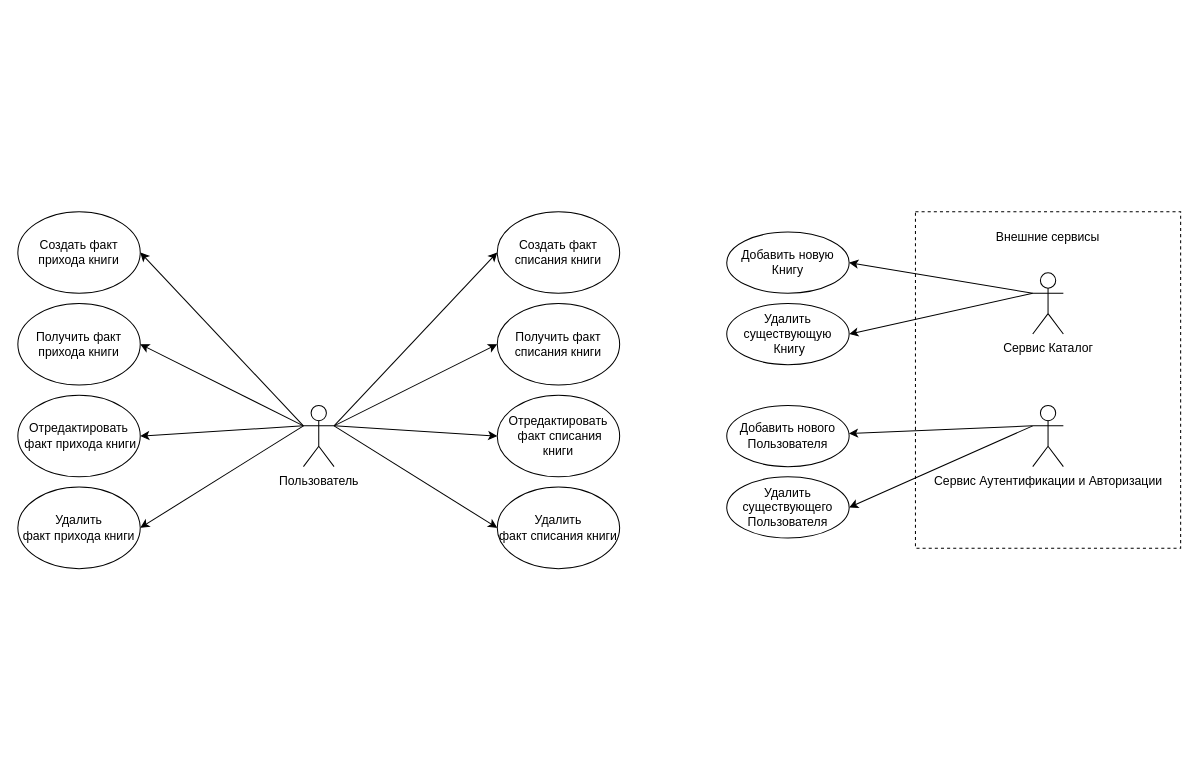
The draw.io diagram Docs/Use cases сервиса ReceiptWriteOff.drawio in SakhalinNovosibirskTomsk/ReceiptWriteOff, before the edit. Source tidied: cells renumbered, new cells numbered last; positions are measured from the earlier drawing's top-left corner, leaving out a move shared by most shapes. Both pictures are drawn from the tidied source at 102%, with x=0, y=0 at pixel (17, 211).
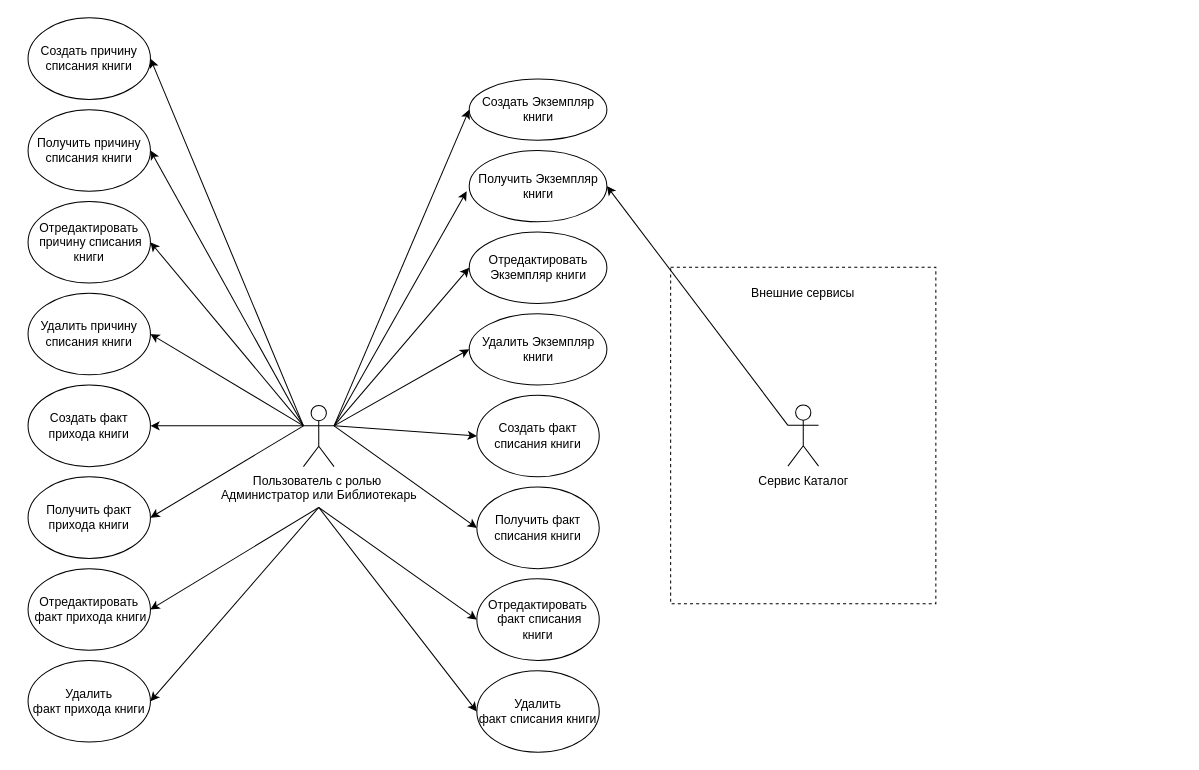
Above is the later version.

The edit, as a diff of the source:
```diff
@@
-    <mxCell id="4" style="rounded=0;jettySize=auto;html=1;exitX=1;exitY=0.3333333333333333;exitDx=0;exitDy=0;exitPerimeter=0;entryX=0;entryY=0.5;entryDx=0;entryDy=0;" parent="1" edge="1" source="10" target="12">
-      <mxGeometry relative="1" as="geometry" />
+    <mxCell id="4" style="rounded=0;jettySize=auto;html=1;entryX=0;entryY=0.5;entryDx=0;entryDy=0;" parent="1" edge="1" target="12">
+      <mxGeometry relative="1" as="geometry">
+        <mxPoint x="295" y="290" as="sourcePoint" />
+      </mxGeometry>
     </mxCell>
-    <mxCell id="5" style="rounded=0;jettySize=auto;html=1;exitX=1;exitY=0.3333333333333333;exitDx=0;exitDy=0;exitPerimeter=0;entryX=0;entryY=0.5;entryDx=0;entryDy=0;" parent="1" edge="1" source="10" target="14">
-      <mxGeometry relative="1" as="geometry" />
+    <mxCell id="5" style="rounded=0;jettySize=auto;html=1;entryX=0;entryY=0.5;entryDx=0;entryDy=0;strokeColor=#000000;" parent="1" edge="1" target="14">
+      <mxGeometry relative="1" as="geometry">
+        <mxPoint x="295" y="290" as="sourcePoint" />
+      </mxGeometry>
     </mxCell>
@@
-    <mxCell id="8" style="rounded=0;jettySize=auto;html=1;exitX=0;exitY=0.3333333333333333;exitDx=0;exitDy=0;exitPerimeter=0;entryX=1;entryY=0.5;entryDx=0;entryDy=0;" parent="1" edge="1" source="10" target="16">
-      <mxGeometry relative="1" as="geometry" />
+    <mxCell id="8" style="rounded=0;jettySize=auto;html=1;entryX=1;entryY=0.5;entryDx=0;entryDy=0;" parent="1" edge="1" target="16">
+      <mxGeometry relative="1" as="geometry">
+        <mxPoint x="295" y="290" as="sourcePoint" />
+      </mxGeometry>
     </mxCell>
-    <mxCell id="9" style="rounded=0;jettySize=auto;html=1;exitX=0;exitY=0.3333333333333333;exitDx=0;exitDy=0;exitPerimeter=0;entryX=1;entryY=0.5;entryDx=0;entryDy=0;" parent="1" edge="1" source="10" target="18">
-      <mxGeometry relative="1" as="geometry" />
+    <mxCell id="9" style="rounded=0;jettySize=auto;html=1;entryX=1;entryY=0.5;entryDx=0;entryDy=0;" parent="1" edge="1" target="18">
+      <mxGeometry relative="1" as="geometry">
+        <mxPoint x="295" y="290" as="sourcePoint" />
+      </mxGeometry>
     </mxCell>
-    <mxCell id="10" value="Пользователь" style="shape=umlActor;verticalLabelPosition=bottom;verticalAlign=top;html=1;outlineConnect=0;" parent="1" vertex="1">
+    <mxCell id="10" value="Пользователь с ролью&amp;nbsp;&lt;div&gt;Администратор или Библиотекарь&lt;/div&gt;" style="shape=umlActor;verticalLabelPosition=bottom;verticalAlign=top;html=1;outlineConnect=0;" parent="1" vertex="1">
       <mxGeometry x="280" y="190" width="30" height="60" as="geometry" />
     </mxCell>
     <mxCell id="11" value="Создать факт списания&lt;span style=&quot;background-color: transparent; color: light-dark(rgb(0, 0, 0), rgb(255, 255, 255));&quot;&gt;&amp;nbsp;книги&lt;/span&gt;" style="ellipse;whiteSpace=wrap;html=1;" parent="1" vertex="1">
-      <mxGeometry x="470" width="120" height="80" as="geometry" />
+      <mxGeometry x="450" y="180" width="120" height="80" as="geometry" />
     </mxCell>
     <mxCell id="12" value="Отредактировать&lt;br&gt;&lt;div&gt;&amp;nbsp;факт списания книги&lt;/div&gt;" style="ellipse;whiteSpace=wrap;html=1;" parent="1" vertex="1">
-      <mxGeometry x="470" y="180" width="120" height="80" as="geometry" />
+      <mxGeometry x="450" y="360" width="120" height="80" as="geometry" />
     </mxCell>
     <mxCell id="13" value="Получить&lt;span style=&quot;background-color: transparent; color: light-dark(rgb(0, 0, 0), rgb(255, 255, 255));&quot;&gt;&amp;nbsp;факт списания книги&lt;/span&gt;" style="ellipse;whiteSpace=wrap;html=1;" parent="1" vertex="1">
-      <mxGeometry x="470" y="90" width="120" height="80" as="geometry" />
+      <mxGeometry x="450" y="270" width="120" height="80" as="geometry" />
     </mxCell>
     <mxCell id="14" value="Удалить факт&lt;span style=&quot;background-color: transparent; color: light-dark(rgb(0, 0, 0), rgb(255, 255, 255));&quot;&gt;&amp;nbsp;списания книги&lt;/span&gt;" style="ellipse;whiteSpace=wrap;html=1;" parent="1" vertex="1">
-      <mxGeometry x="470" y="270" width="120" height="80" as="geometry" />
+      <mxGeometry x="450" y="450" width="120" height="80" as="geometry" />
     </mxCell>
     <mxCell id="15" value="Создать факт прихода книги" style="ellipse;whiteSpace=wrap;html=1;" parent="1" vertex="1">
-      <mxGeometry width="120" height="80" as="geometry" />
+      <mxGeometry x="10" y="170" width="120" height="80" as="geometry" />
     </mxCell>
     <mxCell id="16" value="Отредактировать&lt;br&gt;&lt;div&gt;&amp;nbsp;факт прихода книги&lt;/div&gt;" style="ellipse;whiteSpace=wrap;html=1;" parent="1" vertex="1">
-      <mxGeometry y="180" width="120" height="80" as="geometry" />
+      <mxGeometry x="10" y="350" width="120" height="80" as="geometry" />
     </mxCell>
     <mxCell id="17" value="Получить&lt;span style=&quot;background-color: transparent; color: light-dark(rgb(0, 0, 0), rgb(255, 255, 255));&quot;&gt;&amp;nbsp;факт прихода книги&lt;/span&gt;" style="ellipse;whiteSpace=wrap;html=1;" parent="1" vertex="1">
-      <mxGeometry y="90" width="120" height="80" as="geometry" />
+      <mxGeometry x="10" y="260" width="120" height="80" as="geometry" />
     </mxCell>
     <mxCell id="18" value="Удалить факт&lt;span style=&quot;background-color: transparent; color: light-dark(rgb(0, 0, 0), rgb(255, 255, 255));&quot;&gt;&amp;nbsp;прихода книги&lt;/span&gt;" style="ellipse;whiteSpace=wrap;html=1;" parent="1" vertex="1">
-      <mxGeometry y="270" width="120" height="80" as="geometry" />
+      <mxGeometry x="10" y="440" width="120" height="80" as="geometry" />
     </mxCell>
     <mxCell id="19" style="whiteSpace=wrap;html=1;dashed=1;" parent="1" vertex="1">
-      <mxGeometry x="880" width="260" height="330" as="geometry" />
+      <mxGeometry x="640" y="54.5" width="260" height="330" as="geometry" />
     </mxCell>
     <mxCell id="20" value="Внешние сервисы" style="text;html=1;align=center;verticalAlign=middle;whiteSpace=wrap;rounded=0;" parent="1" vertex="1">
-      <mxGeometry x="925" y="10" width="170" height="30" as="geometry" />
+      <mxGeometry x="685" y="64.5" width="170" height="30" as="geometry" />
     </mxCell>
@@
-    <mxCell id="22" style="rounded=0;jettySize=auto;html=1;exitX=0;exitY=0.3333333333333333;exitDx=0;exitDy=0;exitPerimeter=0;entryX=1;entryY=0.5;entryDx=0;entryDy=0;" parent="1" edge="1" source="23" target="25">
-      <mxGeometry relative="1" as="geometry" />
-    </mxCell>
     <mxCell id="23" value="Сервис Каталог" style="shape=umlActor;verticalLabelPosition=bottom;verticalAlign=top;html=1;outlineConnect=0;" parent="1" vertex="1">
-      <mxGeometry x="995" y="60" width="30" height="60" as="geometry" />
+      <mxGeometry x="755" y="189.5" width="30" height="60" as="geometry" />
     </mxCell>
-    <mxCell id="24" value="Добавить новую Книгу" style="ellipse;whiteSpace=wrap;html=1;" parent="1" vertex="1">
-      <mxGeometry x="695" y="20" width="120" height="60" as="geometry" />
+    <mxCell id="24" value="Получить Экземпляр книги" style="ellipse;whiteSpace=wrap;html=1;" parent="1" vertex="1">
+      <mxGeometry x="442.5" y="-60" width="135" height="70" as="geometry" />
     </mxCell>
-    <mxCell id="25" value="Удалить существующую&lt;div&gt;&amp;nbsp;Книгу&lt;/div&gt;" style="ellipse;whiteSpace=wrap;html=1;" parent="1" vertex="1">
-      <mxGeometry x="695" y="90" width="120" height="60" as="geometry" />
-    </mxCell>
-    <mxCell id="26" style="rounded=0;jettySize=auto;html=1;exitX=0;exitY=0.3333333333333333;exitDx=0;exitDy=0;exitPerimeter=0;" parent="1" edge="1" source="28" target="29">
-      <mxGeometry relative="1" as="geometry" />
-    </mxCell>
-    <mxCell id="27" style="rounded=0;jettySize=auto;html=1;exitX=0;exitY=0.3333333333333333;exitDx=0;exitDy=0;exitPerimeter=0;entryX=1;entryY=0.5;entryDx=0;entryDy=0;" parent="1" edge="1" source="28" target="30">
-      <mxGeometry relative="1" as="geometry" />
-    </mxCell>
-    <mxCell id="28" value="Сервис Аутентификации и Авторизации" style="shape=umlActor;verticalLabelPosition=bottom;verticalAlign=top;html=1;outlineConnect=0;" parent="1" vertex="1">
-      <mxGeometry x="995" y="190" width="30" height="60" as="geometry" />
-    </mxCell>
-    <mxCell id="29" value="Добавить нового Пользователя" style="ellipse;whiteSpace=wrap;html=1;" parent="1" vertex="1">
-      <mxGeometry x="695" y="190" width="120" height="60" as="geometry" />
-    </mxCell>
-    <mxCell id="30" value="Удалить существующего Пользователя" style="ellipse;whiteSpace=wrap;html=1;" parent="1" vertex="1">
-      <mxGeometry x="695" y="260" width="120" height="60" as="geometry" />
-    </mxCell>
@@
+    <mxCell id="32" value="Создать Экземпляр книги" style="ellipse;whiteSpace=wrap;html=1;" parent="1" vertex="1">
+      <mxGeometry x="442.5" y="-130" width="135" height="60" as="geometry" />
+    </mxCell>
+    <mxCell id="33" value="Отредактировать Экземпляр книги" style="ellipse;whiteSpace=wrap;html=1;" parent="1" vertex="1">
+      <mxGeometry x="442.5" y="20" width="135" height="70" as="geometry" />
+    </mxCell>
+    <mxCell id="34" value="Удалить Экземпляр книги" style="ellipse;whiteSpace=wrap;html=1;" parent="1" vertex="1">
+      <mxGeometry x="442.5" y="100" width="135" height="70" as="geometry" />
+    </mxCell>
+    <mxCell id="35" style="endArrow=classic;html=1;rounded=0;entryX=0;entryY=0.5;entryDx=0;entryDy=0;" parent="1" edge="1" target="34">
+      <mxGeometry relative="1" as="geometry">
+        <mxPoint x="310" y="210" as="sourcePoint" />
+      </mxGeometry>
+    </mxCell>
+    <mxCell id="36" style="endArrow=classic;html=1;rounded=0;" parent="1" edge="1">
+      <mxGeometry relative="1" as="geometry">
+        <mxPoint x="310" y="210" as="sourcePoint" />
+        <mxPoint x="440" y="-20" as="targetPoint" />
+      </mxGeometry>
+    </mxCell>
+    <mxCell id="37" style="endArrow=classic;html=1;rounded=0;exitX=1;exitY=0.3333333333333333;exitDx=0;exitDy=0;exitPerimeter=0;" parent="1" edge="1" source="10">
+      <mxGeometry relative="1" as="geometry">
+        <mxPoint x="442.5" y="-100" as="targetPoint" />
+      </mxGeometry>
+    </mxCell>
+    <mxCell id="38" style="endArrow=classic;html=1;rounded=0;entryX=0;entryY=0.5;entryDx=0;entryDy=0;" parent="1" edge="1" target="33">
+      <mxGeometry relative="1" as="geometry">
+        <mxPoint x="310" y="210" as="sourcePoint" />
+      </mxGeometry>
+    </mxCell>
+    <mxCell id="39" value="Создать причину списания книги" style="ellipse;whiteSpace=wrap;html=1;" parent="1" vertex="1">
+      <mxGeometry x="10" y="-190" width="120" height="80" as="geometry" />
+    </mxCell>
+    <mxCell id="40" value="Отредактировать&lt;br&gt;&lt;div&gt;&amp;nbsp;причину списания книги&lt;/div&gt;" style="ellipse;whiteSpace=wrap;html=1;" parent="1" vertex="1">
+      <mxGeometry x="10" y="-10" width="120" height="80" as="geometry" />
+    </mxCell>
+    <mxCell id="41" value="Получить&lt;span style=&quot;background-color: transparent; color: light-dark(rgb(0, 0, 0), rgb(255, 255, 255));&quot;&gt;&amp;nbsp;причину списания книги&lt;/span&gt;" style="ellipse;whiteSpace=wrap;html=1;" parent="1" vertex="1">
+      <mxGeometry x="10" y="-100" width="120" height="80" as="geometry" />
+    </mxCell>
+    <mxCell id="42" value="Удалить причину списания книги" style="ellipse;whiteSpace=wrap;html=1;" parent="1" vertex="1">
+      <mxGeometry x="10" y="80" width="120" height="80" as="geometry" />
+    </mxCell>
+    <mxCell id="43" style="endArrow=classic;html=1;rounded=0;entryX=1;entryY=0.5;entryDx=0;entryDy=0;exitX=0;exitY=0.3333333333333333;exitDx=0;exitDy=0;exitPerimeter=0;" parent="1" edge="1" source="10" target="39">
+      <mxGeometry relative="1" as="geometry" />
+    </mxCell>
+    <mxCell id="44" style="endArrow=classic;html=1;rounded=0;entryX=1;entryY=0.5;entryDx=0;entryDy=0;" parent="1" edge="1" target="41">
+      <mxGeometry relative="1" as="geometry">
+        <mxPoint x="280" y="210" as="sourcePoint" />
+      </mxGeometry>
+    </mxCell>
+    <mxCell id="45" style="endArrow=classic;html=1;rounded=0;entryX=1;entryY=0.5;entryDx=0;entryDy=0;" parent="1" edge="1" target="40">
+      <mxGeometry relative="1" as="geometry">
+        <mxPoint x="280" y="210" as="sourcePoint" />
+      </mxGeometry>
+    </mxCell>
+    <mxCell id="46" style="endArrow=classic;html=1;rounded=0;entryX=1;entryY=0.5;entryDx=0;entryDy=0;" parent="1" edge="1" target="42">
+      <mxGeometry relative="1" as="geometry">
+        <mxPoint x="280" y="210" as="sourcePoint" />
+      </mxGeometry>
+    </mxCell>
```
